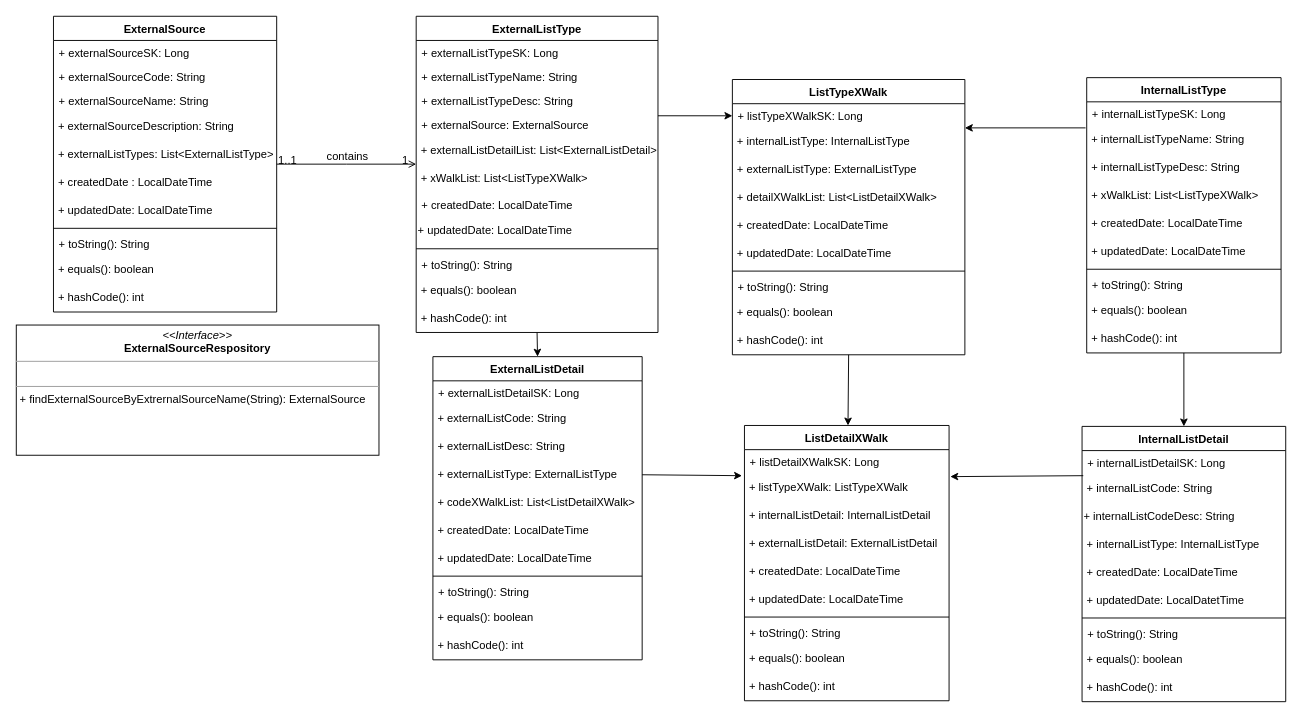
Before: reference_data_service/uml_diagrams/entity_classes.drawio in Zeus-2-0/Documentation, a draw.io diagram. Source tidied: cells renumbered, new cells numbered last; positions are measured from the earlier drawing's top-left corner, leaving out a move shared by most shapes. Both pictures are drawn from the tidied source at 93%, with x=0, y=0 at pixel (16, 16).
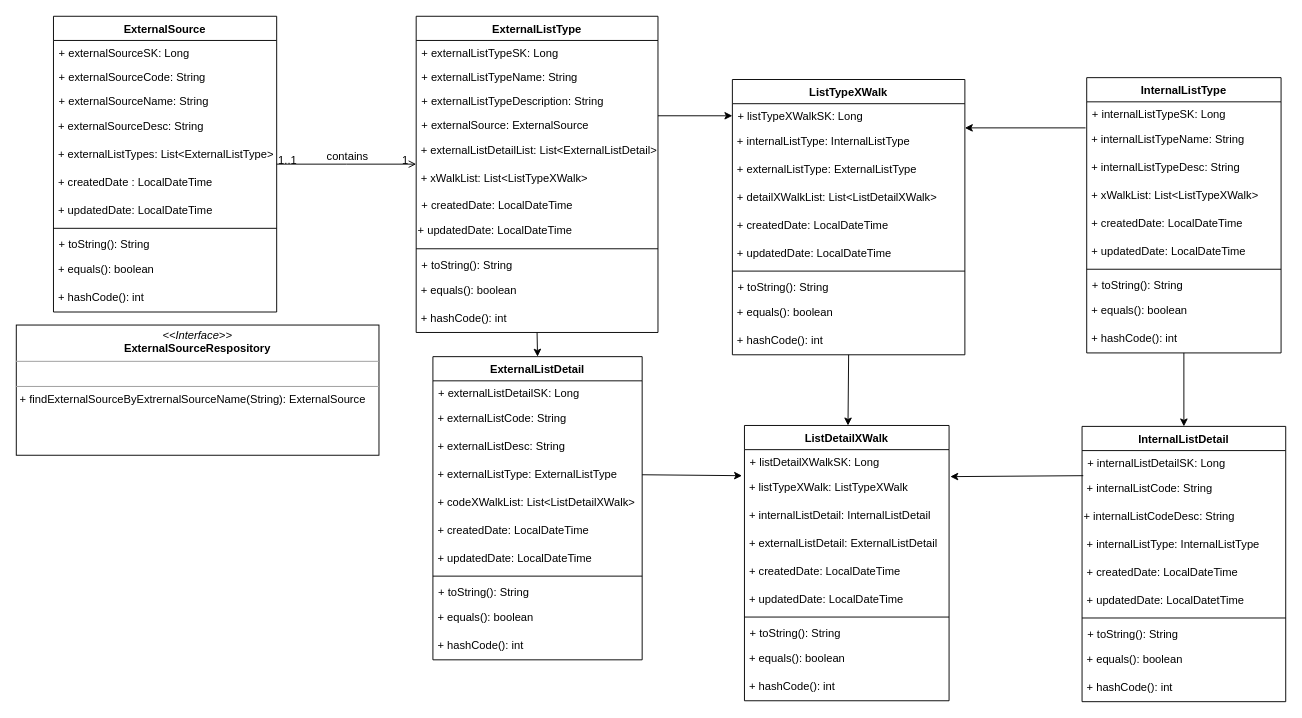
The same page after the edit.

The change refers to these unchanged cells:
```xml
<mxCell id="2" value="ExternalSource" style="swimlane;fontStyle=1;align=center;verticalAlign=top;horizontal=1;startSize=26;rounded=0;shadow=0;strokeWidth=1;" parent="1" vertex="1">
  <mxGeometry x="40" width="240" height="318" as="geometry" />
</mxCell>
<mxCell id="14" value="ExternalListType" style="swimlane;fontStyle=1;align=center;verticalAlign=top;horizontal=1;startSize=26;rounded=0;shadow=0;strokeWidth=1;" parent="1" vertex="1">
  <mxGeometry x="430" width="260" height="340" as="geometry" />
</mxCell>
```

What changed in the source:
```diff
@@
-    <mxCell id="6" value="&amp;nbsp;+ externalSourceDescription: String" style="text;html=1;strokeColor=none;fillColor=none;align=left;verticalAlign=middle;whiteSpace=wrap;rounded=0;" parent="2" vertex="1">
+    <mxCell id="6" value="&amp;nbsp;+ externalSourceDesc: String" style="text;html=1;strokeColor=none;fillColor=none;align=left;verticalAlign=middle;whiteSpace=wrap;rounded=0;" parent="2" vertex="1">
       <mxGeometry y="104" width="240" height="30" as="geometry" />
     </mxCell>
@@
-    <mxCell id="17" value="+ externalListTypeDesc: String" style="text;align=left;verticalAlign=top;spacingLeft=4;spacingRight=4;overflow=hidden;rounded=0;shadow=0;html=0;" parent="14" vertex="1">
+    <mxCell id="17" value="+ externalListTypeDescription: String" style="text;align=left;verticalAlign=top;spacingLeft=4;spacingRight=4;overflow=hidden;rounded=0;shadow=0;html=0;" parent="14" vertex="1">
       <mxGeometry y="78" width="260" height="26" as="geometry" />
     </mxCell>
```
